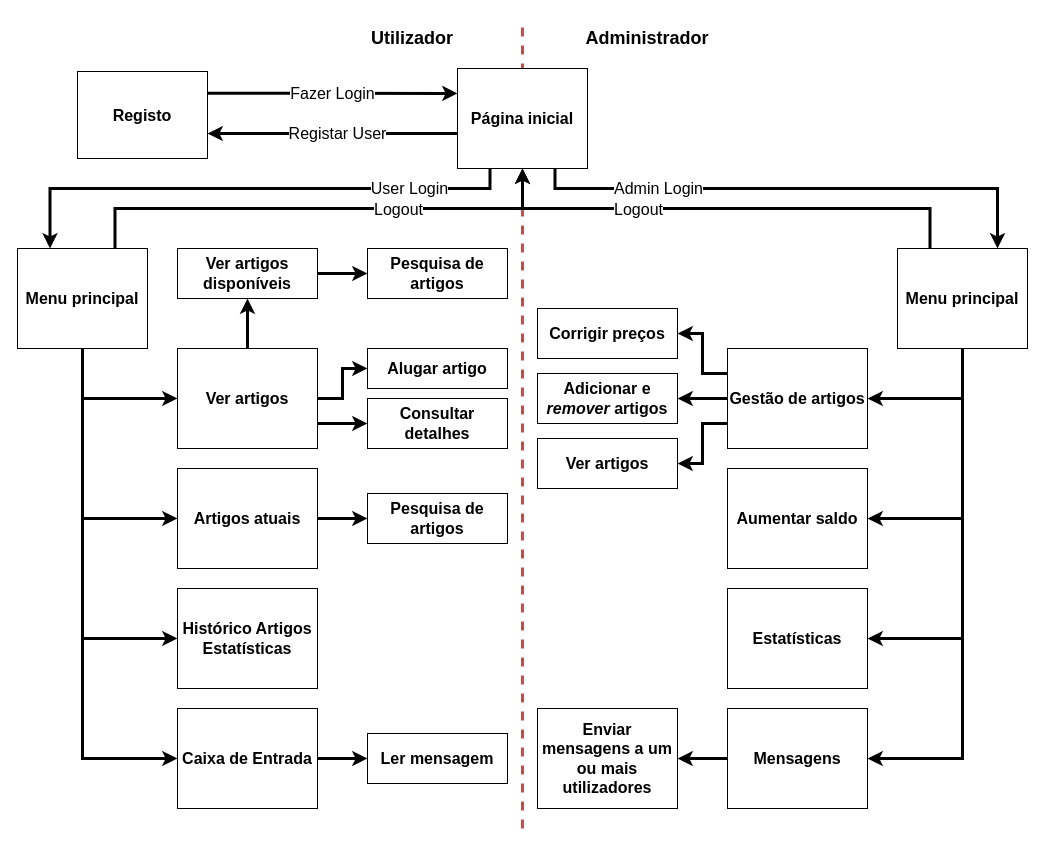
JNDVasco/NETFLOX keeps this draw.io diagram as Documentos Projecto/Projeto - BD/BD.drawio. Above is the earlier version. Source tidied: cells renumbered, new cells numbered last; positions are measured from the earlier drawing's top-left corner, leaving out a move shared by most shapes. Both pictures are drawn from the tidied source at 100%, with x=0, y=0 at pixel (17, 18).
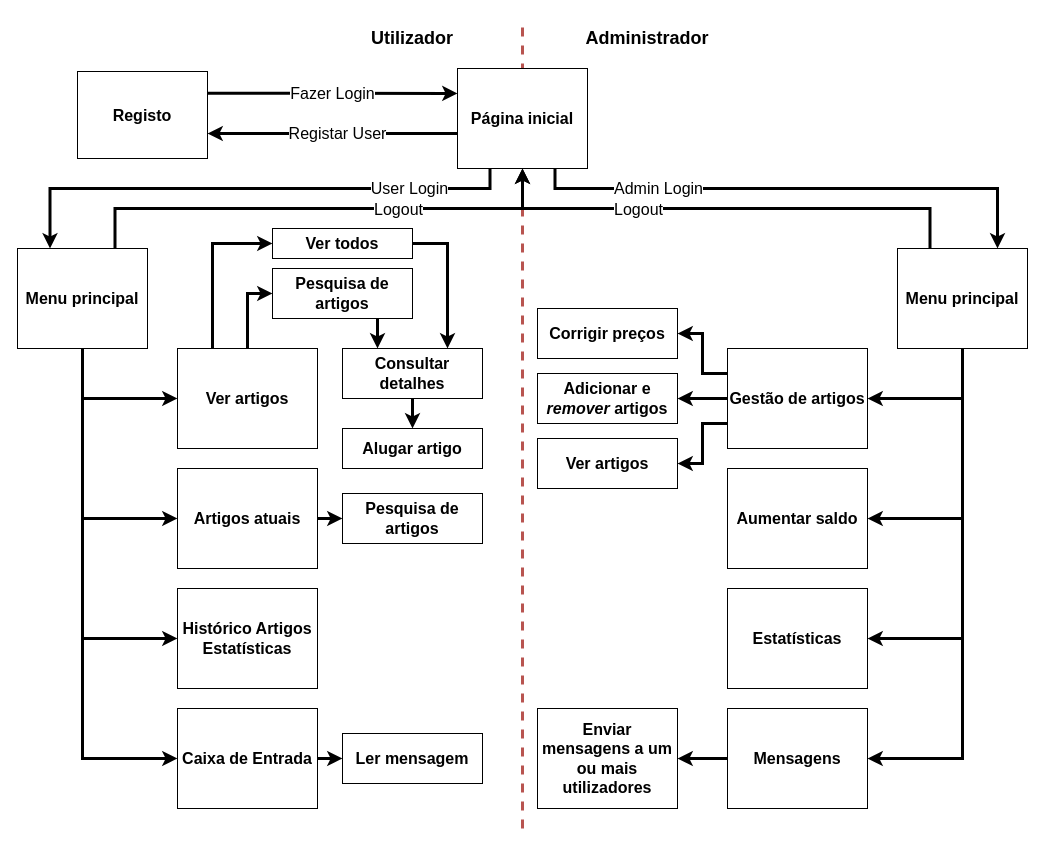
The same diagram, later.

The change refers to these unchanged cells:
```xml
<mxCell id="26" value="&lt;font size=&quot;1&quot;&gt;&lt;b style=&quot;font-size: 16px&quot;&gt;Ver artigos&lt;/b&gt;&lt;/font&gt;" style="rounded=0;whiteSpace=wrap;html=1;" parent="1" vertex="1">
  <mxGeometry x="160" y="330" width="140" height="100" as="geometry" />
</mxCell>
```

What changed in the source:
```diff
@@
-    <mxCell id="23" style="edgeStyle=orthogonalEdgeStyle;rounded=0;jettySize=auto;html=1;exitX=1;exitY=0.5;exitDx=0;exitDy=0;entryX=0;entryY=0.5;entryDx=0;entryDy=0;strokeWidth=3;" parent="1" edge="1" source="26" target="48">
-      <mxGeometry relative="1" as="geometry" />
-    </mxCell>
-    <mxCell id="24" style="edgeStyle=orthogonalEdgeStyle;rounded=0;jettySize=auto;html=1;exitX=1;exitY=0.75;exitDx=0;exitDy=0;entryX=0;entryY=0.5;entryDx=0;entryDy=0;strokeWidth=3;" parent="1" edge="1" source="26" target="49">
-      <mxGeometry relative="1" as="geometry" />
-    </mxCell>
-    <mxCell id="25" style="edgeStyle=orthogonalEdgeStyle;rounded=0;jettySize=auto;html=1;exitX=0.5;exitY=0;exitDx=0;exitDy=0;entryX=0.5;entryY=1;entryDx=0;entryDy=0;strokeWidth=3;" parent="1" edge="1" source="26" target="47">
-      <mxGeometry relative="1" as="geometry" />
-    </mxCell>
+    <mxCell id="53" style="edgeStyle=orthogonalEdgeStyle;rounded=0;jettySize=auto;html=1;entryX=0;entryY=0.5;entryDx=0;entryDy=0;strokeWidth=3;" parent="1" edge="1" source="26" target="51">
+      <mxGeometry relative="1" as="geometry" />
+    </mxCell>
+    <mxCell id="54" style="edgeStyle=orthogonalEdgeStyle;rounded=0;jettySize=auto;html=1;exitX=0.25;exitY=0;exitDx=0;exitDy=0;entryX=0;entryY=0.5;entryDx=0;entryDy=0;strokeWidth=3;" parent="1" edge="1" source="26" target="58">
+      <mxGeometry relative="1" as="geometry" />
+    </mxCell>
@@
-    <mxCell id="46" style="edgeStyle=orthogonalEdgeStyle;rounded=0;jettySize=auto;html=1;strokeWidth=3;" parent="1" edge="1" source="47" target="51">
-      <mxGeometry relative="1" as="geometry" />
-    </mxCell>
-    <mxCell id="47" value="&lt;b style=&quot;font-size: 16px&quot;&gt;Ver artigos disponíveis&lt;/b&gt;" style="rounded=0;whiteSpace=wrap;html=1;" parent="1" vertex="1">
-      <mxGeometry x="160" y="230" width="140" height="50" as="geometry" />
-    </mxCell>
     <mxCell id="48" value="&lt;font size=&quot;1&quot;&gt;&lt;b style=&quot;font-size: 16px&quot;&gt;Alugar artigo&lt;/b&gt;&lt;/font&gt;" style="rounded=0;whiteSpace=wrap;html=1;" parent="1" vertex="1">
-      <mxGeometry x="350" y="330" width="140" height="40" as="geometry" />
+      <mxGeometry x="325" y="410" width="140" height="40" as="geometry" />
     </mxCell>
     <mxCell id="49" value="&lt;b style=&quot;font-size: 16px&quot;&gt;Consultar detalhes&lt;/b&gt;" style="rounded=0;whiteSpace=wrap;html=1;" parent="1" vertex="1">
-      <mxGeometry x="350" y="380" width="140" height="50" as="geometry" />
+      <mxGeometry x="325" y="330" width="140" height="50" as="geometry" />
     </mxCell>
     <mxCell id="50" value="&lt;b style=&quot;font-size: 16px&quot;&gt;Ler mensagem&lt;/b&gt;" style="rounded=0;whiteSpace=wrap;html=1;" parent="1" vertex="1">
-      <mxGeometry x="350" y="715" width="140" height="50" as="geometry" />
+      <mxGeometry x="325" y="715" width="140" height="50" as="geometry" />
     </mxCell>
+    <mxCell id="55" style="edgeStyle=orthogonalEdgeStyle;rounded=0;jettySize=auto;html=1;exitX=0.75;exitY=1;exitDx=0;exitDy=0;entryX=0.25;entryY=0;entryDx=0;entryDy=0;strokeWidth=3;" parent="1" edge="1" source="51" target="49">
+      <mxGeometry relative="1" as="geometry" />
+    </mxCell>
     <mxCell id="51" value="&lt;b style=&quot;font-size: 16px&quot;&gt;Pesquisa de artigos&lt;/b&gt;" style="rounded=0;whiteSpace=wrap;html=1;" parent="1" vertex="1">
-      <mxGeometry x="350" y="230" width="140" height="50" as="geometry" />
+      <mxGeometry x="255" y="250" width="140" height="50" as="geometry" />
     </mxCell>
     <mxCell id="52" value="&lt;b style=&quot;font-size: 16px&quot;&gt;Pesquisa de artigos&lt;/b&gt;" style="rounded=0;whiteSpace=wrap;html=1;" parent="1" vertex="1">
-      <mxGeometry x="350" y="475" width="140" height="50" as="geometry" />
+      <mxGeometry x="325" y="475" width="140" height="50" as="geometry" />
     </mxCell>
+    <mxCell id="56" style="edgeStyle=orthogonalEdgeStyle;rounded=0;jettySize=auto;html=1;exitX=0.5;exitY=1;exitDx=0;exitDy=0;strokeWidth=3;entryX=0.5;entryY=0;entryDx=0;entryDy=0;" parent="1" edge="1" source="49" target="48">
+      <mxGeometry relative="1" as="geometry" />
+    </mxCell>
+    <mxCell id="57" style="edgeStyle=orthogonalEdgeStyle;rounded=0;jettySize=auto;html=1;exitX=1;exitY=0.5;exitDx=0;exitDy=0;entryX=0.75;entryY=0;entryDx=0;entryDy=0;strokeWidth=3;" parent="1" edge="1" source="58" target="49">
+      <mxGeometry relative="1" as="geometry" />
+    </mxCell>
+    <mxCell id="58" value="&lt;b style=&quot;font-size: 16px&quot;&gt;Ver todos&lt;/b&gt;" style="rounded=0;whiteSpace=wrap;html=1;" parent="1" vertex="1">
+      <mxGeometry x="255" y="210" width="140" height="30" as="geometry" />
+    </mxCell>
```
